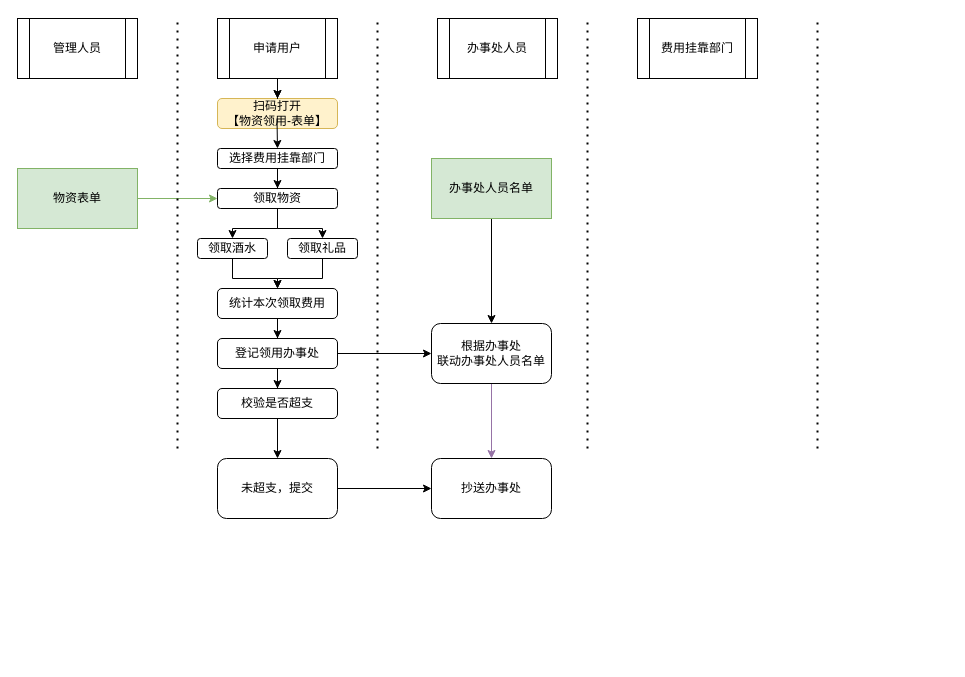
Earlier version of the draw.io diagram 礼品领用.drawio (Rosecanoe/Intern-Summer-Guangzhou). Source tidied: cells renumbered, new cells numbered last; positions are measured from the earlier drawing's top-left corner, leaving out a move shared by most shapes. Both pictures are drawn from the tidied source at 100%, with x=0, y=0 at pixel (17, 18).
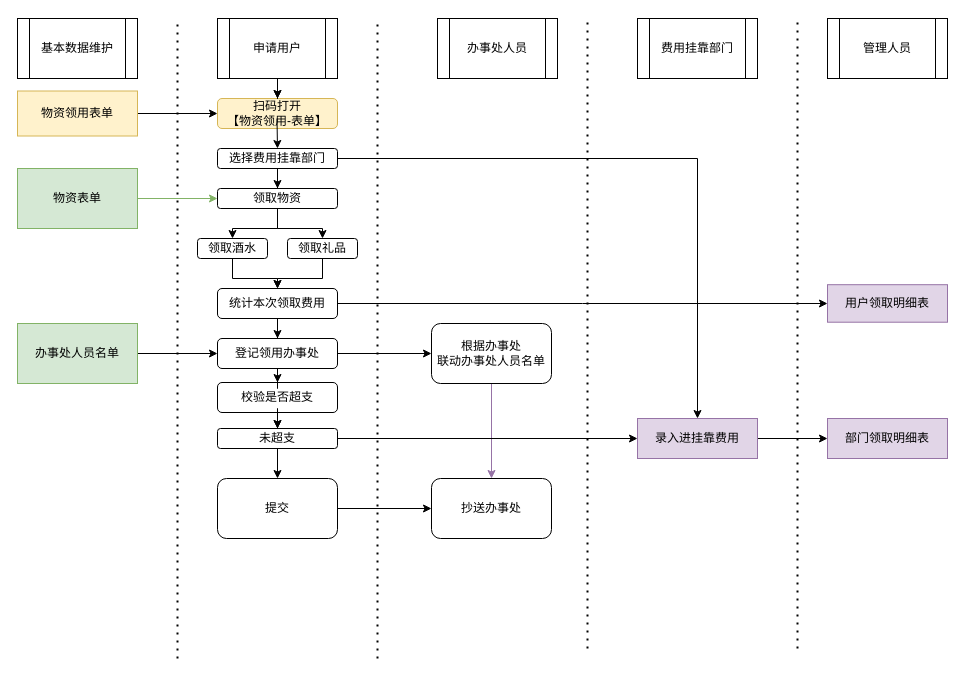
Above is the later version.

Commit message (it also covers changes not shown here):
更新礼品领用.drawio

The change refers to these unchanged cells:
```xml
<mxCell id="2" value="扫码打开&lt;br&gt;【物资领用-表单】" style="rounded=1;whiteSpace=wrap;html=1;fillColor=#fff2cc;strokeColor=#d6b656;" parent="1" vertex="1">
  <mxGeometry x="200" y="80" width="120" height="30" as="geometry" />
</mxCell>
<mxCell id="20" value="选择费用挂靠部门" style="rounded=1;whiteSpace=wrap;html=1;" parent="1" vertex="1">
  <mxGeometry x="200" y="130" width="120" height="20" as="geometry" />
</mxCell>
<mxCell id="26" value="统计本次领取费用" style="rounded=1;whiteSpace=wrap;html=1;" parent="1" vertex="1">
  <mxGeometry x="200" y="270" width="120" height="30" as="geometry" />
</mxCell>
<mxCell id="31" value="登记领用办事处" style="rounded=1;whiteSpace=wrap;html=1;" parent="1" vertex="1">
  <mxGeometry x="200" y="320" width="120" height="30" as="geometry" />
</mxCell>
<mxCell id="33" value="根据办事处&lt;br&gt;联动办事处人员名单" style="rounded=1;whiteSpace=wrap;html=1;" parent="1" vertex="1">
  <mxGeometry x="414" y="305" width="120" height="60" as="geometry" />
</mxCell>
```

What changed in the source:
```diff
@@
-    <mxCell id="7" style="edgeStyle=orthogonalEdgeStyle;rounded=0;jettySize=auto;html=1;entryX=0.5;entryY=0;entryDx=0;entryDy=0;" parent="1" edge="1" source="8" target="10">
+    <mxCell id="7" style="edgeStyle=orthogonalEdgeStyle;rounded=0;jettySize=auto;html=1;entryX=0.5;entryY=0;entryDx=0;entryDy=0;" parent="1" edge="1" source="49" target="10">
       <mxGeometry relative="1" as="geometry" />
     </mxCell>
+    <mxCell id="39" style="edgeStyle=orthogonalEdgeStyle;rounded=0;jettySize=auto;html=1;entryX=0.5;entryY=0;entryDx=0;entryDy=0;" parent="1" edge="1" source="8" target="49">
+      <mxGeometry relative="1" as="geometry" />
+    </mxCell>
     <mxCell id="8" value="校验是否超支" style="rounded=1;whiteSpace=wrap;html=1;" parent="1" vertex="1">
-      <mxGeometry x="200" y="370" width="120" height="30" as="geometry" />
+      <mxGeometry x="200" y="364" width="120" height="30" as="geometry" />
     </mxCell>
@@
-    <mxCell id="10" value="未超支，提交" style="rounded=1;whiteSpace=wrap;html=1;" parent="1" vertex="1">
-      <mxGeometry x="200" y="440" width="120" height="60" as="geometry" />
+    <mxCell id="10" value="提交" style="rounded=1;whiteSpace=wrap;html=1;" parent="1" vertex="1">
+      <mxGeometry x="200" y="460" width="120" height="60" as="geometry" />
     </mxCell>
@@
     <mxCell id="15" style="endArrow=none;dashed=1;html=1;dashPattern=1 3;strokeWidth=2;rounded=0;" parent="1" edge="1">
       <mxGeometry relative="1" as="geometry">
-        <mxPoint x="360" y="430" as="sourcePoint" />
+        <mxPoint x="360" y="640" as="sourcePoint" />
         <mxPoint x="360" as="targetPoint" />
       </mxGeometry>
     </mxCell>
     <mxCell id="16" value="抄送办事处" style="rounded=1;whiteSpace=wrap;html=1;" parent="1" vertex="1">
-      <mxGeometry x="414" y="440" width="120" height="60" as="geometry" />
+      <mxGeometry x="414" y="460" width="120" height="60" as="geometry" />
     </mxCell>
     <mxCell id="17" style="endArrow=none;dashed=1;html=1;dashPattern=1 3;strokeWidth=2;rounded=0;" parent="1" edge="1">
       <mxGeometry relative="1" as="geometry">
-        <mxPoint x="570" y="430" as="sourcePoint" />
+        <mxPoint x="570" y="630" as="sourcePoint" />
         <mxPoint x="570" as="targetPoint" />
       </mxGeometry>
     </mxCell>
@@
+    <mxCell id="40" style="edgeStyle=orthogonalEdgeStyle;rounded=0;jettySize=auto;html=1;entryX=0.5;entryY=0;entryDx=0;entryDy=0;" parent="1" edge="1" source="20" target="51">
+      <mxGeometry relative="1" as="geometry" />
+    </mxCell>
@@
+    <mxCell id="41" style="edgeStyle=orthogonalEdgeStyle;rounded=0;jettySize=auto;html=1;" parent="1" edge="1" source="26" target="46">
+      <mxGeometry relative="1" as="geometry" />
+    </mxCell>
@@
     <mxCell id="27" style="endArrow=none;dashed=1;html=1;dashPattern=1 3;strokeWidth=2;rounded=0;" parent="1" edge="1">
       <mxGeometry relative="1" as="geometry">
-        <mxPoint x="800" y="430" as="sourcePoint" />
-        <mxPoint x="800" as="targetPoint" />
+        <mxPoint x="780" y="630" as="sourcePoint" />
+        <mxPoint x="780" as="targetPoint" />
       </mxGeometry>
     </mxCell>
-    <mxCell id="28" value="管理人员" style="shape=process;whiteSpace=wrap;html=1;backgroundOutline=1;" parent="1" vertex="1">
+    <mxCell id="28" value="基本数据维护" style="shape=process;whiteSpace=wrap;html=1;backgroundOutline=1;" parent="1" vertex="1">
       <mxGeometry width="120" height="60" as="geometry" />
     </mxCell>
@@
     <mxCell id="36" style="endArrow=none;dashed=1;html=1;dashPattern=1 3;strokeWidth=2;rounded=0;" parent="1" edge="1">
       <mxGeometry relative="1" as="geometry">
-        <mxPoint x="160" y="430" as="sourcePoint" />
+        <mxPoint x="160" y="640" as="sourcePoint" />
         <mxPoint x="160" as="targetPoint" />
       </mxGeometry>
     </mxCell>
-    <mxCell id="37" style="edgeStyle=orthogonalEdgeStyle;rounded=0;jettySize=auto;html=1;entryX=0.5;entryY=0;entryDx=0;entryDy=0;" parent="1" edge="1" source="38" target="33">
-      <mxGeometry relative="1" as="geometry" />
-    </mxCell>
+    <mxCell id="42" style="edgeStyle=orthogonalEdgeStyle;rounded=0;jettySize=auto;html=1;entryX=0;entryY=0.5;entryDx=0;entryDy=0;" parent="1" edge="1" source="38" target="31">
+      <mxGeometry relative="1" as="geometry" />
+    </mxCell>
     <mxCell id="38" value="办事处人员名单" style="rounded=0;whiteSpace=wrap;html=1;fillColor=#d5e8d4;strokeColor=#82b366;" parent="1" vertex="1">
-      <mxGeometry x="414" y="140" width="120" height="60" as="geometry" />
+      <mxGeometry y="305" width="120" height="60" as="geometry" />
     </mxCell>
+    <mxCell id="43" value="管理人员" style="shape=process;whiteSpace=wrap;html=1;backgroundOutline=1;" parent="1" vertex="1">
+      <mxGeometry x="810" width="120" height="60" as="geometry" />
+    </mxCell>
+    <mxCell id="44" style="edgeStyle=orthogonalEdgeStyle;rounded=0;jettySize=auto;html=1;entryX=0;entryY=0.5;entryDx=0;entryDy=0;" parent="1" edge="1" source="45" target="2">
+      <mxGeometry relative="1" as="geometry" />
+    </mxCell>
+    <mxCell id="45" value="物资领用表单" style="rounded=0;whiteSpace=wrap;html=1;fillColor=#fff2cc;strokeColor=#d6b656;" parent="1" vertex="1">
+      <mxGeometry y="72.5" width="120" height="45" as="geometry" />
+    </mxCell>
+    <mxCell id="46" value="用户领取明细表" style="rounded=0;whiteSpace=wrap;html=1;fillColor=#e1d5e7;strokeColor=#9673a6;" parent="1" vertex="1">
+      <mxGeometry x="810" y="266.2" width="120" height="37.5" as="geometry" />
+    </mxCell>
+    <mxCell id="47" style="edgeStyle=orthogonalEdgeStyle;rounded=0;jettySize=auto;html=1;entryX=0.5;entryY=0;entryDx=0;entryDy=0;" parent="1" edge="1" source="8" target="49">
+      <mxGeometry relative="1" as="geometry" />
+    </mxCell>
+    <mxCell id="48" style="edgeStyle=orthogonalEdgeStyle;rounded=0;jettySize=auto;html=1;" parent="1" edge="1" source="49" target="51">
+      <mxGeometry relative="1" as="geometry" />
+    </mxCell>
+    <mxCell id="49" value="未超支" style="rounded=1;whiteSpace=wrap;html=1;" parent="1" vertex="1">
+      <mxGeometry x="200" y="410" width="120" height="20" as="geometry" />
+    </mxCell>
+    <mxCell id="50" style="edgeStyle=orthogonalEdgeStyle;rounded=0;jettySize=auto;html=1;" parent="1" edge="1" source="51" target="52">
+      <mxGeometry relative="1" as="geometry" />
+    </mxCell>
+    <mxCell id="51" value="录入进挂靠费用" style="rounded=0;whiteSpace=wrap;html=1;fillColor=#e1d5e7;strokeColor=#9673a6;" parent="1" vertex="1">
+      <mxGeometry x="620" y="400" width="120" height="40" as="geometry" />
+    </mxCell>
+    <mxCell id="52" value="部门领取明细表" style="rounded=0;whiteSpace=wrap;html=1;fillColor=#e1d5e7;strokeColor=#9673a6;" parent="1" vertex="1">
+      <mxGeometry x="810" y="400" width="120" height="40" as="geometry" />
+    </mxCell>
```
